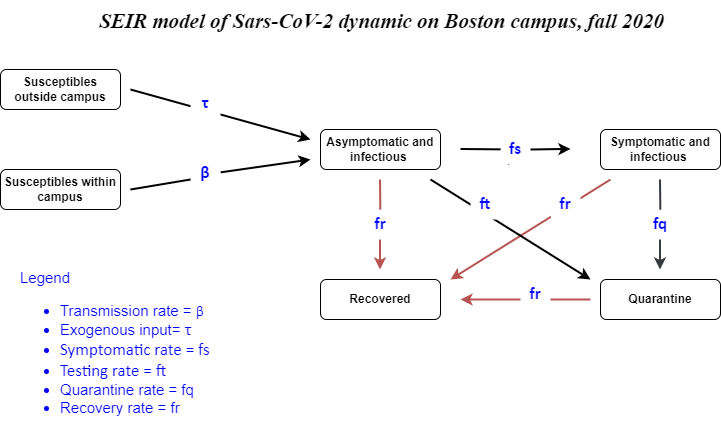
Above: figures/figure SEIR.png in BIO6032/2022-SEIR-reproduction (draw.io), before the change. Source tidied: cells renumbered, new cells last; positions are measured from the earlier drawing's top-left corner, leaving out a move shared by most shapes. The source it was exported from:
```xml
<mxGraphModel math="1">
  <root>
    <mxCell id="0" />
    <mxCell id="1" parent="0" />
    <mxCell id="2" value="&lt;b&gt;Susceptibles within campus&lt;/b&gt;" style="rounded=1;whiteSpace=wrap;html=1;fontSize=12;glass=0;strokeWidth=1;shadow=0;" parent="1" vertex="1">
      <mxGeometry y="169" width="120" height="40" as="geometry" />
    </mxCell>
    <mxCell id="3" value="&lt;b&gt;Asymptomatic and infectious&amp;nbsp;&lt;/b&gt;" style="rounded=1;whiteSpace=wrap;html=1;fontSize=12;glass=0;strokeWidth=1;shadow=0;" parent="1" vertex="1">
      <mxGeometry x="320" y="129" width="120" height="40" as="geometry" />
    </mxCell>
    <mxCell id="4" value="&lt;b&gt;Recovered&lt;/b&gt;" style="rounded=1;whiteSpace=wrap;html=1;fontSize=12;glass=0;strokeWidth=1;shadow=0;" parent="1" vertex="1">
      <mxGeometry x="320" y="279" width="120" height="40" as="geometry" />
    </mxCell>
    <mxCell id="5" value="&lt;b&gt;Quarantine&lt;/b&gt;" style="rounded=1;whiteSpace=wrap;html=1;fontSize=12;glass=0;strokeWidth=1;shadow=0;" parent="1" vertex="1">
      <mxGeometry x="600" y="279" width="120" height="40" as="geometry" />
    </mxCell>
    <mxCell id="6" value="&lt;b&gt;Symptomatic and infectious&amp;nbsp;&lt;/b&gt;" style="rounded=1;whiteSpace=wrap;html=1;fontSize=12;glass=0;strokeWidth=1;shadow=0;" parent="1" vertex="1">
      <mxGeometry x="600" y="129" width="120" height="40" as="geometry" />
    </mxCell>
    <mxCell id="7" style="endArrow=classic;html=1;rounded=1;exitX=0.25;exitY=1;exitDx=0;exitDy=0;strokeWidth=2;startArrow=none;" parent="1" edge="1" source="20">
      <mxGeometry relative="1" as="geometry">
        <mxPoint x="570" y="148.5" as="targetPoint" />
        <Array as="points">
          <mxPoint x="520" y="149" />
        </Array>
      </mxGeometry>
    </mxCell>
    <mxCell id="8" style="endArrow=classic;html=1;rounded=1;fillColor=#f8cecc;strokeColor=#b85450;strokeWidth=2;startArrow=none;" parent="1" edge="1" source="13">
      <mxGeometry relative="1" as="geometry">
        <mxPoint x="379.5" y="269" as="targetPoint" />
        <Array as="points">
          <mxPoint x="379.5" y="209.5" />
        </Array>
      </mxGeometry>
    </mxCell>
    <mxCell id="9" style="endArrow=classic;html=1;rounded=1;fillColor=#cdeb8b;strokeColor=#36393d;strokeWidth=2;startArrow=none;" parent="1" edge="1" source="22">
      <mxGeometry relative="1" as="geometry">
        <mxPoint x="659.5" y="269" as="targetPoint" />
        <Array as="points">
          <mxPoint x="659.5" y="209.5" />
        </Array>
      </mxGeometry>
    </mxCell>
    <mxCell id="10" style="endArrow=classic;html=1;rounded=1;fillColor=#f8cecc;strokeColor=#b85450;strokeWidth=2;startArrow=none;" parent="1" edge="1">
      <mxGeometry relative="1" as="geometry">
        <mxPoint x="590" y="299" as="sourcePoint" />
        <mxPoint x="460" y="299" as="targetPoint" />
      </mxGeometry>
    </mxCell>
    <mxCell id="11" style="endArrow=classic;html=1;rounded=1;fillColor=#f8cecc;strokeColor=#b85450;strokeWidth=2;startArrow=none;" parent="1" edge="1">
      <mxGeometry relative="1" as="geometry">
        <mxPoint x="610" y="179" as="sourcePoint" />
        <mxPoint x="450" y="279" as="targetPoint" />
      </mxGeometry>
    </mxCell>
    <mxCell id="12" style="endArrow=classic;html=1;rounded=1;strokeWidth=2;startArrow=none;" parent="1" edge="1">
      <mxGeometry relative="1" as="geometry">
        <mxPoint x="130" y="89" as="sourcePoint" />
        <mxPoint x="310" y="139" as="targetPoint" />
      </mxGeometry>
    </mxCell>
    <mxCell id="13" value="&lt;b&gt;&lt;font color=&quot;#0000ff&quot; face=&quot;calibri, sans-serif&quot;&gt;&lt;span style=&quot;font-size: 17px&quot;&gt;fr&lt;/span&gt;&lt;/font&gt;&lt;br&gt;&lt;/b&gt;" style="rounded=1;whiteSpace=wrap;html=1;fontSize=12;glass=0;strokeWidth=1;shadow=0;fillColor=default;strokeColor=none;" parent="1" vertex="1">
      <mxGeometry x="365" y="209" width="30" height="30" as="geometry" />
    </mxCell>
    <mxCell id="14" style="endArrow=none;html=1;rounded=1;fillColor=#f8cecc;strokeColor=#b85450;strokeWidth=2;" parent="1" edge="1" target="13">
      <mxGeometry relative="1" as="geometry">
        <mxPoint x="379.5" y="179" as="sourcePoint" />
      </mxGeometry>
    </mxCell>
    <mxCell id="15" value="&lt;b&gt;Susceptibles outside campus&lt;/b&gt;" style="rounded=1;whiteSpace=wrap;html=1;fontSize=12;glass=0;strokeWidth=1;shadow=0;" parent="1" vertex="1">
      <mxGeometry y="69" width="120" height="40" as="geometry" />
    </mxCell>
    <mxCell id="16" style="endArrow=classic;html=1;rounded=1;strokeWidth=2;startArrow=none;" parent="1" edge="1" source="17">
      <mxGeometry relative="1" as="geometry">
        <mxPoint x="310" y="159" as="targetPoint" />
      </mxGeometry>
    </mxCell>
    <mxCell id="17" value="&lt;span style=&quot;line-height: 107% ; font-family: &amp;#34;calibri&amp;#34; , sans-serif&quot;&gt;&lt;font style=&quot;font-size: 17px&quot; color=&quot;#0000ff&quot;&gt;&lt;b&gt;β&lt;/b&gt;&lt;/font&gt;&lt;/span&gt;&lt;b&gt;&lt;br&gt;&lt;/b&gt;" style="rounded=1;whiteSpace=wrap;html=1;fontSize=12;glass=0;strokeWidth=1;shadow=0;fillColor=default;strokeColor=none;" parent="1" vertex="1">
      <mxGeometry x="190" y="159" width="30" height="30" as="geometry" />
    </mxCell>
    <mxCell id="18" style="endArrow=none;html=1;rounded=1;strokeWidth=2;" parent="1" edge="1">
      <mxGeometry relative="1" as="geometry">
        <mxPoint x="130" y="189" as="sourcePoint" />
        <mxPoint x="190" y="179" as="targetPoint" />
      </mxGeometry>
    </mxCell>
    <mxCell id="19" value="&lt;span style=&quot;line-height: 107% ; font-family: &amp;#34;calibri&amp;#34; , sans-serif&quot;&gt;&lt;font color=&quot;#0000ff&quot; size=&quot;1&quot;&gt;&lt;b style=&quot;font-size: 17px&quot;&gt;τ&lt;/b&gt;&lt;/font&gt;&lt;/span&gt;&lt;b&gt;&lt;br&gt;&lt;/b&gt;" style="rounded=1;whiteSpace=wrap;html=1;fontSize=12;glass=0;strokeWidth=1;shadow=0;fillColor=default;strokeColor=none;" parent="1" vertex="1">
      <mxGeometry x="190" y="89" width="30" height="30" as="geometry" />
    </mxCell>
    <mxCell id="20" value="&lt;b&gt;&lt;font color=&quot;#0000ff&quot; face=&quot;calibri, sans-serif&quot;&gt;&lt;span style=&quot;font-size: 17px&quot;&gt;fs&lt;/span&gt;&lt;/font&gt;&lt;br&gt;&lt;/b&gt;" style="rounded=1;whiteSpace=wrap;html=1;fontSize=12;glass=0;strokeWidth=1;shadow=0;fillColor=default;strokeColor=none;" parent="1" vertex="1">
      <mxGeometry x="500" y="134" width="30" height="30" as="geometry" />
    </mxCell>
    <mxCell id="21" style="endArrow=none;html=1;rounded=1;exitX=0.25;exitY=1;exitDx=0;exitDy=0;strokeWidth=2;" parent="1" edge="1" target="20">
      <mxGeometry relative="1" as="geometry">
        <mxPoint x="460" y="148.5" as="sourcePoint" />
      </mxGeometry>
    </mxCell>
    <mxCell id="22" value="&lt;b&gt;&lt;font color=&quot;#0000ff&quot; face=&quot;calibri, sans-serif&quot;&gt;&lt;span style=&quot;font-size: 17px&quot;&gt;fq&lt;/span&gt;&lt;/font&gt;&lt;br&gt;&lt;/b&gt;" style="rounded=1;whiteSpace=wrap;html=1;fontSize=12;glass=0;strokeWidth=1;shadow=0;fillColor=default;strokeColor=none;" parent="1" vertex="1">
      <mxGeometry x="645" y="209" width="30" height="30" as="geometry" />
    </mxCell>
    <mxCell id="23" style="endArrow=none;html=1;rounded=1;fillColor=#cdeb8b;strokeColor=#36393d;strokeWidth=2;" parent="1" edge="1" target="22">
      <mxGeometry relative="1" as="geometry">
        <mxPoint x="659.5" y="179" as="sourcePoint" />
      </mxGeometry>
    </mxCell>
    <mxCell id="24" value="&lt;b&gt;&lt;font color=&quot;#0000ff&quot; face=&quot;calibri, sans-serif&quot;&gt;&lt;span style=&quot;font-size: 17px&quot;&gt;fr&lt;/span&gt;&lt;/font&gt;&lt;br&gt;&lt;/b&gt;" style="rounded=1;whiteSpace=wrap;html=1;fontSize=12;glass=0;strokeWidth=1;shadow=0;fillColor=default;strokeColor=none;" parent="1" vertex="1">
      <mxGeometry x="550" y="189" width="30" height="30" as="geometry" />
    </mxCell>
    <mxCell id="25" value="&lt;b&gt;&lt;font color=&quot;#0000ff&quot; face=&quot;calibri, sans-serif&quot;&gt;&lt;span style=&quot;font-size: 17px&quot;&gt;fr&lt;/span&gt;&lt;/font&gt;&lt;br&gt;&lt;/b&gt;" style="rounded=1;whiteSpace=wrap;html=1;fontSize=12;glass=0;strokeWidth=1;shadow=0;fillColor=default;strokeColor=none;" parent="1" vertex="1">
      <mxGeometry x="520" y="279" width="30" height="30" as="geometry" />
    </mxCell>
    <mxCell id="26" style="endArrow=classic;html=1;rounded=1;strokeWidth=2;startArrow=none;" parent="1" edge="1">
      <mxGeometry relative="1" as="geometry">
        <mxPoint x="430" y="179" as="sourcePoint" />
        <mxPoint x="590" y="279" as="targetPoint" />
      </mxGeometry>
    </mxCell>
    <mxCell id="27" value="&lt;b&gt;&lt;font color=&quot;#0000ff&quot; face=&quot;calibri, sans-serif&quot;&gt;&lt;span style=&quot;font-size: 17px&quot;&gt;ft&lt;/span&gt;&lt;/font&gt;&lt;br&gt;&lt;/b&gt;" style="rounded=1;whiteSpace=wrap;html=1;fontSize=12;glass=0;strokeWidth=1;shadow=0;fillColor=default;strokeColor=none;" parent="1" vertex="1">
      <mxGeometry x="470" y="189" width="30" height="30" as="geometry" />
    </mxCell>
    <mxCell id="28" value="&lt;div&gt;&lt;span style=&quot;font-size: 15px&quot;&gt;Legend&amp;nbsp;&lt;/span&gt;&lt;/div&gt;&lt;ul style=&quot;font-size: 15px&quot;&gt;&lt;li&gt;&lt;font style=&quot;font-size: 15px&quot;&gt;Transmission rate =&amp;nbsp;&lt;span style=&quot;line-height: 16.05px ; font-family: &amp;#34;calibri&amp;#34; , sans-serif&quot;&gt;β&lt;/span&gt;&lt;br&gt;&lt;/font&gt;&lt;/li&gt;&lt;li&gt;&lt;font style=&quot;font-size: 15px&quot;&gt;Exogenous input=&amp;nbsp;&lt;/font&gt;&lt;span style=&quot;font-family: &amp;#34;calibri&amp;#34; , sans-serif ; text-align: center ; font-size: 17px&quot;&gt;τ&lt;/span&gt;&lt;/li&gt;&lt;li&gt;&lt;span style=&quot;font-family: &amp;#34;calibri&amp;#34; , sans-serif ; text-align: center ; font-size: 17px&quot;&gt;Symptomatic rate = fs&lt;/span&gt;&lt;/li&gt;&lt;li&gt;&lt;span style=&quot;font-family: &amp;#34;calibri&amp;#34; , sans-serif ; text-align: center ; font-size: 17px&quot;&gt;Testing rate = ft&lt;/span&gt;&lt;/li&gt;&lt;li&gt;Quarantine rate = fq&lt;/li&gt;&lt;li&gt;Recovery rate = fr&lt;/li&gt;&lt;/ul&gt;" style="text;strokeColor=none;fillColor=none;html=1;whiteSpace=wrap;verticalAlign=middle;overflow=hidden;rounded=1;shadow=0;sketch=0;fontSize=11;fontColor=#0000FF;" parent="1" vertex="1">
      <mxGeometry x="18" y="263" width="240" height="174" as="geometry" />
    </mxCell>
    <mxCell id="29" value="&lt;font style=&quot;font-size: 21px&quot;&gt;&lt;i&gt;SEIR model of Sars-CoV-2 dynamic on Boston campus, fall 2020&lt;/i&gt;&lt;/font&gt;" style="text;strokeColor=none;fillColor=none;html=1;fontSize=24;fontStyle=1;verticalAlign=middle;align=center;rounded=0;shadow=0;labelBackgroundColor=#FFFFFF;sketch=0;fontFamily=Times New Roman;fontColor=#000000;" parent="1" vertex="1">
      <mxGeometry x="277" width="208" height="40" as="geometry" />
    </mxCell>
  </root>
</mxGraphModel>
```
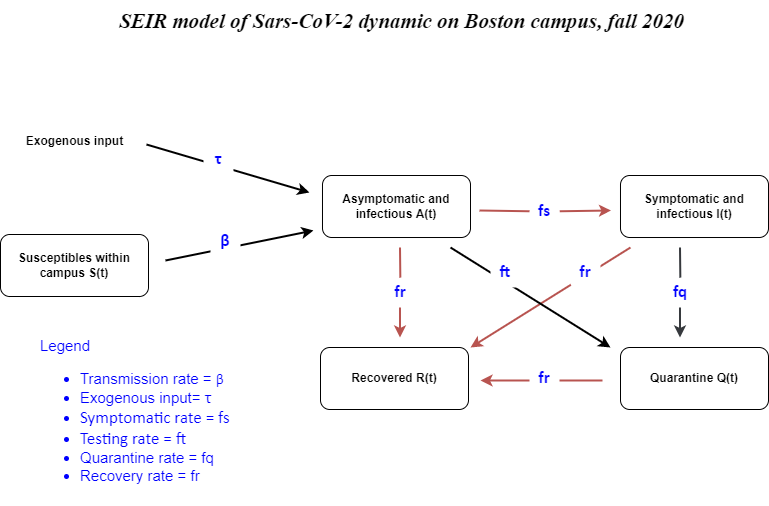
Above is the later version.

What changed in the source:
```diff
@@ -2,29 +2,21 @@
   <root>
     <mxCell id="0" />
     <mxCell id="1" parent="0" />
-    <mxCell id="2" value="&lt;b&gt;Susceptibles within campus&lt;/b&gt;" style="rounded=1;whiteSpace=wrap;html=1;fontSize=12;glass=0;strokeWidth=1;shadow=0;" parent="1" vertex="1">
-      <mxGeometry y="169" width="120" height="40" as="geometry" />
+    <mxCell id="2" value="&lt;b&gt;Susceptibles within campus S(t)&lt;/b&gt;" style="rounded=1;whiteSpace=wrap;html=1;fontSize=12;glass=0;strokeWidth=1;shadow=0;" parent="1" vertex="1">
+      <mxGeometry x="-20" y="166" width="148" height="62" as="geometry" />
     </mxCell>
-    <mxCell id="3" value="&lt;b&gt;Asymptomatic and infectious&amp;nbsp;&lt;/b&gt;" style="rounded=1;whiteSpace=wrap;html=1;fontSize=12;glass=0;strokeWidth=1;shadow=0;" parent="1" vertex="1">
-      <mxGeometry x="320" y="129" width="120" height="40" as="geometry" />
+    <mxCell id="3" value="&lt;b&gt;Asymptomatic and infectious A(t)&lt;/b&gt;" style="rounded=1;whiteSpace=wrap;html=1;fontSize=12;glass=0;strokeWidth=1;shadow=0;" parent="1" vertex="1">
+      <mxGeometry x="302" y="107" width="148" height="62" as="geometry" />
     </mxCell>
-    <mxCell id="4" value="&lt;b&gt;Recovered&lt;/b&gt;" style="rounded=1;whiteSpace=wrap;html=1;fontSize=12;glass=0;strokeWidth=1;shadow=0;" parent="1" vertex="1">
-      <mxGeometry x="320" y="279" width="120" height="40" as="geometry" />
+    <mxCell id="4" value="&lt;b&gt;Recovered R(t)&lt;/b&gt;" style="rounded=1;whiteSpace=wrap;html=1;fontSize=12;glass=0;strokeWidth=1;shadow=0;" parent="1" vertex="1">
+      <mxGeometry x="300" y="279" width="148" height="62" as="geometry" />
     </mxCell>
-    <mxCell id="5" value="&lt;b&gt;Quarantine&lt;/b&gt;" style="rounded=1;whiteSpace=wrap;html=1;fontSize=12;glass=0;strokeWidth=1;shadow=0;" parent="1" vertex="1">
-      <mxGeometry x="600" y="279" width="120" height="40" as="geometry" />
+    <mxCell id="5" value="&lt;b&gt;Quarantine Q(t)&lt;/b&gt;" style="rounded=1;whiteSpace=wrap;html=1;fontSize=12;glass=0;strokeWidth=1;shadow=0;" parent="1" vertex="1">
+      <mxGeometry x="600" y="279" width="148" height="62" as="geometry" />
     </mxCell>
-    <mxCell id="6" value="&lt;b&gt;Symptomatic and infectious&amp;nbsp;&lt;/b&gt;" style="rounded=1;whiteSpace=wrap;html=1;fontSize=12;glass=0;strokeWidth=1;shadow=0;" parent="1" vertex="1">
-      <mxGeometry x="600" y="129" width="120" height="40" as="geometry" />
+    <mxCell id="6" value="&lt;b&gt;Symptomatic and infectious I(t)&lt;/b&gt;" style="rounded=1;whiteSpace=wrap;html=1;fontSize=12;glass=0;strokeWidth=1;shadow=0;" parent="1" vertex="1">
+      <mxGeometry x="600" y="107" width="148" height="62" as="geometry" />
     </mxCell>
-    <mxCell id="7" style="endArrow=classic;html=1;rounded=1;exitX=0.25;exitY=1;exitDx=0;exitDy=0;strokeWidth=2;startArrow=none;" parent="1" edge="1" source="20">
-      <mxGeometry relative="1" as="geometry">
-        <mxPoint x="570" y="148.5" as="targetPoint" />
-        <Array as="points">
-          <mxPoint x="520" y="149" />
-        </Array>
-      </mxGeometry>
-    </mxCell>
     <mxCell id="8" style="endArrow=classic;html=1;rounded=1;fillColor=#f8cecc;strokeColor=#b85450;strokeWidth=2;startArrow=none;" parent="1" edge="1" source="13">
       <mxGeometry relative="1" as="geometry">
         <mxPoint x="379.5" y="269" as="targetPoint" />
@@ -43,8 +35,8 @@
     </mxCell>
     <mxCell id="10" style="endArrow=classic;html=1;rounded=1;fillColor=#f8cecc;strokeColor=#b85450;strokeWidth=2;startArrow=none;" parent="1" edge="1">
       <mxGeometry relative="1" as="geometry">
-        <mxPoint x="590" y="299" as="sourcePoint" />
-        <mxPoint x="460" y="299" as="targetPoint" />
+        <mxPoint x="582" y="312" as="sourcePoint" />
+        <mxPoint x="460" y="312" as="targetPoint" />
       </mxGeometry>
     </mxCell>
     <mxCell id="11" style="endArrow=classic;html=1;rounded=1;fillColor=#f8cecc;strokeColor=#b85450;strokeWidth=2;startArrow=none;" parent="1" edge="1">
@@ -53,12 +45,6 @@
         <mxPoint x="450" y="279" as="targetPoint" />
       </mxGeometry>
     </mxCell>
-    <mxCell id="12" style="endArrow=classic;html=1;rounded=1;strokeWidth=2;startArrow=none;" parent="1" edge="1">
-      <mxGeometry relative="1" as="geometry">
-        <mxPoint x="130" y="89" as="sourcePoint" />
-        <mxPoint x="310" y="139" as="targetPoint" />
-      </mxGeometry>
-    </mxCell>
     <mxCell id="13" value="&lt;b&gt;&lt;font color=&quot;#0000ff&quot; face=&quot;calibri, sans-serif&quot;&gt;&lt;span style=&quot;font-size: 17px&quot;&gt;fr&lt;/span&gt;&lt;/font&gt;&lt;br&gt;&lt;/b&gt;" style="rounded=1;whiteSpace=wrap;html=1;fontSize=12;glass=0;strokeWidth=1;shadow=0;fillColor=default;strokeColor=none;" parent="1" vertex="1">
       <mxGeometry x="365" y="209" width="30" height="30" as="geometry" />
     </mxCell>
@@ -67,34 +53,15 @@
         <mxPoint x="379.5" y="179" as="sourcePoint" />
       </mxGeometry>
     </mxCell>
-    <mxCell id="15" value="&lt;b&gt;Susceptibles outside campus&lt;/b&gt;" style="rounded=1;whiteSpace=wrap;html=1;fontSize=12;glass=0;strokeWidth=1;shadow=0;" parent="1" vertex="1">
-      <mxGeometry y="69" width="120" height="40" as="geometry" />
-    </mxCell>
-    <mxCell id="16" style="endArrow=classic;html=1;rounded=1;strokeWidth=2;startArrow=none;" parent="1" edge="1" source="17">
+    <mxCell id="16" style="endArrow=classic;html=1;rounded=1;strokeWidth=2;startArrow=none;" parent="1" edge="1">
       <mxGeometry relative="1" as="geometry">
-        <mxPoint x="310" y="159" as="targetPoint" />
+        <mxPoint x="145" y="192" as="sourcePoint" />
+        <mxPoint x="293" y="162" as="targetPoint" />
       </mxGeometry>
     </mxCell>
     <mxCell id="17" value="&lt;span style=&quot;line-height: 107% ; font-family: &amp;#34;calibri&amp;#34; , sans-serif&quot;&gt;&lt;font style=&quot;font-size: 17px&quot; color=&quot;#0000ff&quot;&gt;&lt;b&gt;β&lt;/b&gt;&lt;/font&gt;&lt;/span&gt;&lt;b&gt;&lt;br&gt;&lt;/b&gt;" style="rounded=1;whiteSpace=wrap;html=1;fontSize=12;glass=0;strokeWidth=1;shadow=0;fillColor=default;strokeColor=none;" parent="1" vertex="1">
       <mxGeometry x="190" y="159" width="30" height="30" as="geometry" />
     </mxCell>
-    <mxCell id="18" style="endArrow=none;html=1;rounded=1;strokeWidth=2;" parent="1" edge="1">
-      <mxGeometry relative="1" as="geometry">
-        <mxPoint x="130" y="189" as="sourcePoint" />
-        <mxPoint x="190" y="179" as="targetPoint" />
-      </mxGeometry>
-    </mxCell>
-    <mxCell id="19" value="&lt;span style=&quot;line-height: 107% ; font-family: &amp;#34;calibri&amp;#34; , sans-serif&quot;&gt;&lt;font color=&quot;#0000ff&quot; size=&quot;1&quot;&gt;&lt;b style=&quot;font-size: 17px&quot;&gt;τ&lt;/b&gt;&lt;/font&gt;&lt;/span&gt;&lt;b&gt;&lt;br&gt;&lt;/b&gt;" style="rounded=1;whiteSpace=wrap;html=1;fontSize=12;glass=0;strokeWidth=1;shadow=0;fillColor=default;strokeColor=none;" parent="1" vertex="1">
-      <mxGeometry x="190" y="89" width="30" height="30" as="geometry" />
-    </mxCell>
-    <mxCell id="20" value="&lt;b&gt;&lt;font color=&quot;#0000ff&quot; face=&quot;calibri, sans-serif&quot;&gt;&lt;span style=&quot;font-size: 17px&quot;&gt;fs&lt;/span&gt;&lt;/font&gt;&lt;br&gt;&lt;/b&gt;" style="rounded=1;whiteSpace=wrap;html=1;fontSize=12;glass=0;strokeWidth=1;shadow=0;fillColor=default;strokeColor=none;" parent="1" vertex="1">
-      <mxGeometry x="500" y="134" width="30" height="30" as="geometry" />
-    </mxCell>
-    <mxCell id="21" style="endArrow=none;html=1;rounded=1;exitX=0.25;exitY=1;exitDx=0;exitDy=0;strokeWidth=2;" parent="1" edge="1" target="20">
-      <mxGeometry relative="1" as="geometry">
-        <mxPoint x="460" y="148.5" as="sourcePoint" />
-      </mxGeometry>
-    </mxCell>
     <mxCell id="22" value="&lt;b&gt;&lt;font color=&quot;#0000ff&quot; face=&quot;calibri, sans-serif&quot;&gt;&lt;span style=&quot;font-size: 17px&quot;&gt;fq&lt;/span&gt;&lt;/font&gt;&lt;br&gt;&lt;/b&gt;" style="rounded=1;whiteSpace=wrap;html=1;fontSize=12;glass=0;strokeWidth=1;shadow=0;fillColor=default;strokeColor=none;" parent="1" vertex="1">
       <mxGeometry x="645" y="209" width="30" height="30" as="geometry" />
     </mxCell>
@@ -106,9 +73,6 @@
     <mxCell id="24" value="&lt;b&gt;&lt;font color=&quot;#0000ff&quot; face=&quot;calibri, sans-serif&quot;&gt;&lt;span style=&quot;font-size: 17px&quot;&gt;fr&lt;/span&gt;&lt;/font&gt;&lt;br&gt;&lt;/b&gt;" style="rounded=1;whiteSpace=wrap;html=1;fontSize=12;glass=0;strokeWidth=1;shadow=0;fillColor=default;strokeColor=none;" parent="1" vertex="1">
       <mxGeometry x="550" y="189" width="30" height="30" as="geometry" />
     </mxCell>
-    <mxCell id="25" value="&lt;b&gt;&lt;font color=&quot;#0000ff&quot; face=&quot;calibri, sans-serif&quot;&gt;&lt;span style=&quot;font-size: 17px&quot;&gt;fr&lt;/span&gt;&lt;/font&gt;&lt;br&gt;&lt;/b&gt;" style="rounded=1;whiteSpace=wrap;html=1;fontSize=12;glass=0;strokeWidth=1;shadow=0;fillColor=default;strokeColor=none;" parent="1" vertex="1">
-      <mxGeometry x="520" y="279" width="30" height="30" as="geometry" />
-    </mxCell>
     <mxCell id="26" style="endArrow=classic;html=1;rounded=1;strokeWidth=2;startArrow=none;" parent="1" edge="1">
       <mxGeometry relative="1" as="geometry">
         <mxPoint x="430" y="179" as="sourcePoint" />
@@ -122,7 +86,35 @@
       <mxGeometry x="18" y="263" width="240" height="174" as="geometry" />
     </mxCell>
     <mxCell id="29" value="&lt;font style=&quot;font-size: 21px&quot;&gt;&lt;i&gt;SEIR model of Sars-CoV-2 dynamic on Boston campus, fall 2020&lt;/i&gt;&lt;/font&gt;" style="text;strokeColor=none;fillColor=none;html=1;fontSize=24;fontStyle=1;verticalAlign=middle;align=center;rounded=0;shadow=0;labelBackgroundColor=#FFFFFF;sketch=0;fontFamily=Times New Roman;fontColor=#000000;" parent="1" vertex="1">
-      <mxGeometry x="277" width="208" height="40" as="geometry" />
+      <mxGeometry x="277" y="-68" width="208" height="40" as="geometry" />
     </mxCell>
+    <mxCell id="30" value="&lt;b&gt;Exogenous input&lt;/b&gt;" style="rounded=1;whiteSpace=wrap;html=1;fontSize=12;glass=0;strokeWidth=1;shadow=0;strokeColor=none;" parent="1" vertex="1">
+      <mxGeometry x="-0.5" y="58" width="109" height="30" as="geometry" />
+    </mxCell>
+    <mxCell id="31" style="endArrow=classic;html=1;rounded=1;fillColor=#f8cecc;strokeColor=#b85450;strokeWidth=2;startArrow=none;" parent="1" edge="1" source="20">
+      <mxGeometry relative="1" as="geometry">
+        <mxPoint x="590.5" y="142" as="targetPoint" />
+      </mxGeometry>
+    </mxCell>
+    <mxCell id="20" value="&lt;b&gt;&lt;font color=&quot;#0000ff&quot; face=&quot;calibri, sans-serif&quot;&gt;&lt;span style=&quot;font-size: 17px&quot;&gt;fs&lt;/span&gt;&lt;/font&gt;&lt;br&gt;&lt;/b&gt;" style="rounded=1;whiteSpace=wrap;html=1;fontSize=12;glass=0;strokeWidth=1;shadow=0;fillColor=default;strokeColor=none;" parent="1" vertex="1">
+      <mxGeometry x="509" y="128" width="30" height="30" as="geometry" />
+    </mxCell>
+    <mxCell id="32" style="endArrow=none;html=1;rounded=1;fillColor=#f8cecc;strokeColor=#b85450;strokeWidth=2;startArrow=none;" parent="1" edge="1" target="20">
+      <mxGeometry relative="1" as="geometry">
+        <mxPoint x="459" y="142" as="sourcePoint" />
+      </mxGeometry>
+    </mxCell>
+    <mxCell id="25" value="&lt;b&gt;&lt;font color=&quot;#0000ff&quot; face=&quot;calibri, sans-serif&quot;&gt;&lt;span style=&quot;font-size: 17px&quot;&gt;fr&lt;/span&gt;&lt;/font&gt;&lt;br&gt;&lt;/b&gt;" style="rounded=1;whiteSpace=wrap;html=1;fontSize=12;glass=0;strokeWidth=1;shadow=0;fillColor=default;strokeColor=none;" parent="1" vertex="1">
+      <mxGeometry x="509" y="295" width="30" height="30" as="geometry" />
+    </mxCell>
+    <mxCell id="33" style="endArrow=classic;html=1;rounded=1;strokeWidth=2;startArrow=none;" parent="1" edge="1">
+      <mxGeometry relative="1" as="geometry">
+        <mxPoint x="126" y="76" as="sourcePoint" />
+        <mxPoint x="289" y="124" as="targetPoint" />
+      </mxGeometry>
+    </mxCell>
+    <mxCell id="19" value="&lt;span style=&quot;line-height: 107% ; font-family: &amp;#34;calibri&amp;#34; , sans-serif&quot;&gt;&lt;font color=&quot;#0000ff&quot; size=&quot;1&quot;&gt;&lt;b style=&quot;font-size: 17px&quot;&gt;τ&lt;/b&gt;&lt;/font&gt;&lt;/span&gt;&lt;b&gt;&lt;br&gt;&lt;/b&gt;" style="rounded=1;whiteSpace=wrap;html=1;fontSize=12;glass=0;strokeWidth=1;shadow=0;fillColor=default;strokeColor=none;" parent="1" vertex="1">
+      <mxGeometry x="183" y="77" width="30" height="30" as="geometry" />
+    </mxCell>
   </root>
 </mxGraphModel>
```
